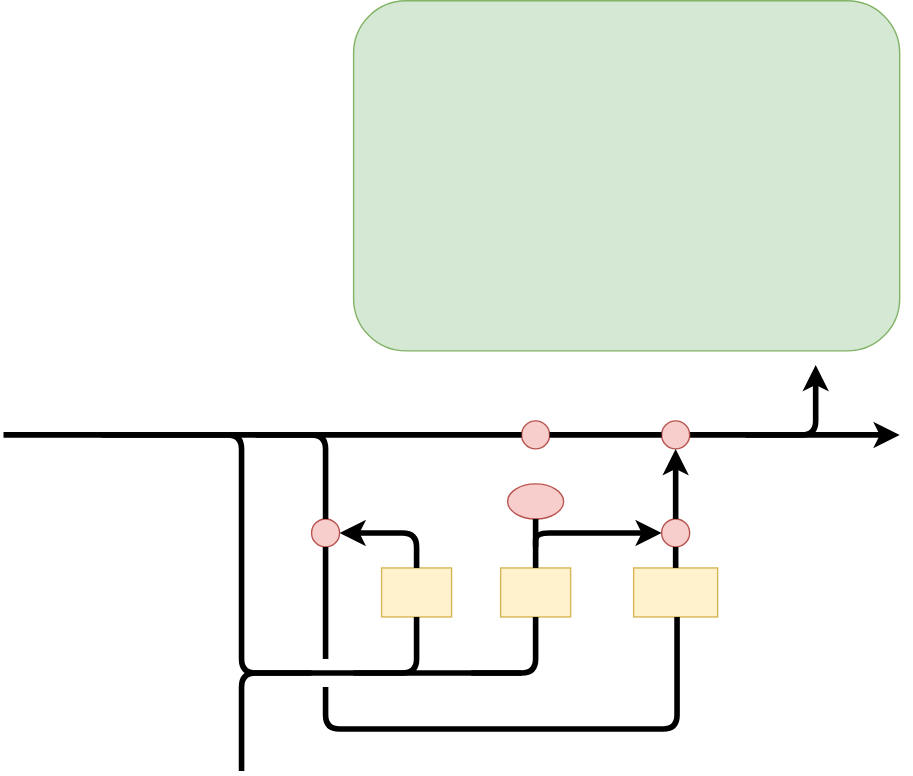
The draw.io diagram img/Untitled Diagram.svg in zhangxixi0904/ImgHouse, before a commit. Source tidied: cells renumbered, new cells last; positions are measured from the earlier drawing's top-left corner, leaving out a move shared by most shapes.
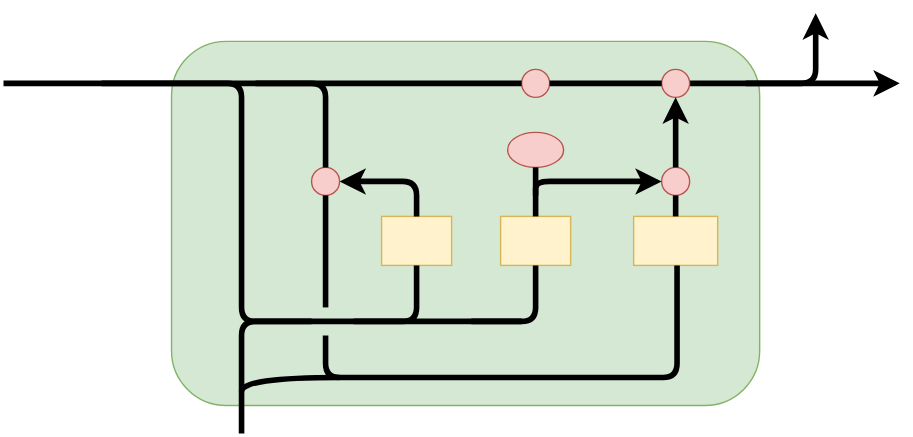
Later version of the same file.

Commit message:
GRU structure with background. svg

What changed in the source:
```diff
@@ -3,7 +3,7 @@
     <mxCell id="0" />
     <mxCell id="1" parent="0" />
     <mxCell id="2" style="rounded=1;whiteSpace=wrap;html=1;fillColor=#d5e8d4;strokeColor=#82b366;" parent="1" vertex="1">
-      <mxGeometry x="250" width="390" height="250" as="geometry" />
+      <mxGeometry x="120" y="280" width="420" height="260" as="geometry" />
     </mxCell>
     <mxCell id="3" style="endArrow=classic;html=1;strokeWidth=4;" parent="1" edge="1" source="11">
       <mxGeometry relative="1" as="geometry">
@@ -83,7 +83,7 @@
     </mxCell>
     <mxCell id="21" style="edgeStyle=segmentEdgeStyle;endArrow=none;html=1;strokeWidth=4;endFill=0;" parent="1" edge="1">
       <mxGeometry relative="1" as="geometry">
-        <mxPoint x="170" y="550" as="sourcePoint" />
+        <mxPoint x="170" y="560" as="sourcePoint" />
         <mxPoint x="220" y="480" as="targetPoint" />
         <Array as="points">
           <mxPoint x="170" y="480" />
@@ -121,5 +121,14 @@
         </Array>
       </mxGeometry>
     </mxCell>
+    <mxCell id="27" style="edgeStyle=orthogonalEdgeStyle;endArrow=none;html=1;strokeWidth=4;curved=1;endFill=0;" parent="1" edge="1">
+      <mxGeometry relative="1" as="geometry">
+        <mxPoint x="170" y="530" as="sourcePoint" />
+        <mxPoint x="240" y="520" as="targetPoint" />
+        <Array as="points">
+          <mxPoint x="170" y="520" />
+        </Array>
+      </mxGeometry>
+    </mxCell>
   </root>
 </mxGraphModel>
```
